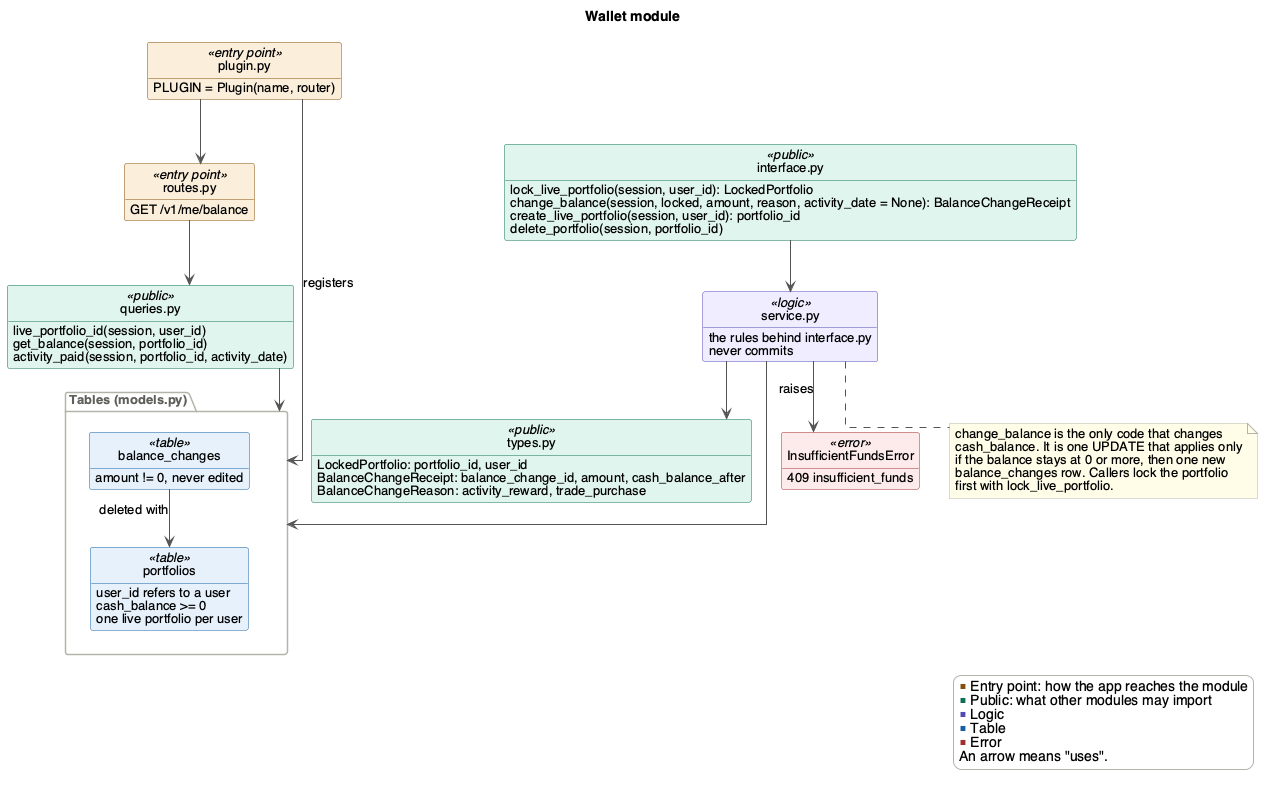
Before: docs/Design/SoftArchitecture/figures/wallet.png, a diagram exported from PlantUML (davislenover/BurnNEarn).
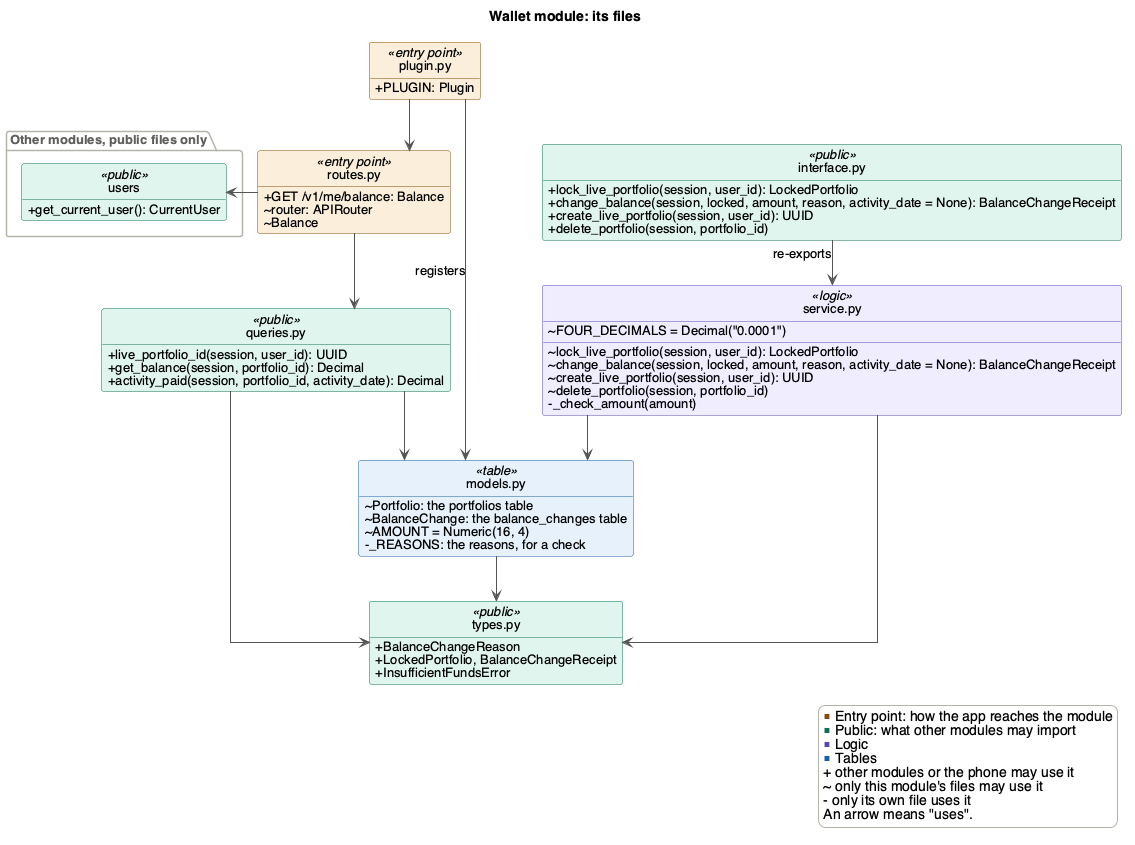
After the commit.

The edit, as a diff of the source:
```diff
@@ -1,74 +1,76 @@
 @startuml wallet
 !include style.iuml
-title Wallet module
+title Wallet module: its files
 
 class "plugin.py" as plugin <<entry point>> {
-  PLUGIN = Plugin(name, router)
+  + PLUGIN: Plugin
 }
 class "routes.py" as routes <<entry point>> {
-  GET /v1/me/balance
+  + GET /v1/me/balance: Balance
+  ~ router: APIRouter
+  ~ Balance
 }
 
 class "interface.py" as interface <<public>> {
-  lock_live_portfolio(session, user_id): LockedPortfolio
-  change_balance(session, locked, amount, reason, activity_date = None): BalanceChangeReceipt
-  create_live_portfolio(session, user_id): portfolio_id
-  delete_portfolio(session, portfolio_id)
+  + lock_live_portfolio(session, user_id): LockedPortfolio
+  + change_balance(session, locked, amount, reason, activity_date = None): BalanceChangeReceipt
+  + create_live_portfolio(session, user_id): UUID
+  + delete_portfolio(session, portfolio_id)
 }
 class "queries.py" as queries <<public>> {
-  live_portfolio_id(session, user_id)
-  get_balance(session, portfolio_id)
-  activity_paid(session, portfolio_id, activity_date)
+  + live_portfolio_id(session, user_id): UUID
+  + get_balance(session, portfolio_id): Decimal
+  + activity_paid(session, portfolio_id, activity_date): Decimal
 }
 class "types.py" as types <<public>> {
-  LockedPortfolio: portfolio_id, user_id
-  BalanceChangeReceipt: balance_change_id, amount, cash_balance_after
-  BalanceChangeReason: activity_reward, trade_purchase
-}
-class InsufficientFundsError <<error>> {
-  409 insufficient_funds
+  + BalanceChangeReason
+  + LockedPortfolio, BalanceChangeReceipt
+  + InsufficientFundsError
 }
 
 class "service.py" as service <<logic>> {
-  the rules behind interface.py
-  never commits
+  ~ lock_live_portfolio(session, user_id): LockedPortfolio
+  ~ change_balance(session, locked, amount, reason, activity_date = None): BalanceChangeReceipt
+  ~ create_live_portfolio(session, user_id): UUID
+  ~ delete_portfolio(session, portfolio_id)
+  {field} ~ FOUR_DECIMALS = Decimal("0.0001")
+  - _check_amount(amount)
+}
+class "models.py" as models <<table>> {
+  ~ Portfolio: the portfolios table
+  ~ BalanceChange: the balance_changes table
+  {field} ~ AMOUNT = Numeric(16, 4)
+  - _REASONS: the reasons, for a check
 }
 
-package "Tables (models.py)" as tables {
-  class "portfolios" as portfolios <<table>> {
-    user_id refers to a user
-    cash_balance >= 0
-    one live portfolio per user
-  }
-  class "balance_changes" as changes <<table>> {
-    amount != 0, never edited
+package "Other modules, public files only" as others {
+  class "users" as users <<public>> {
+    + get_current_user(): CurrentUser
   }
 }
 
-plugin --> tables : registers
 plugin --> routes
-interface --> service
-service --> types
-service --> InsufficientFundsError : raises
-service --> tables
-queries --> tables
-routes --> queries
-changes --> portfolios : deleted with
+plugin -down-> models : registers
+routes -left-> users
+routes -down-> queries
+interface -down-> service : re-exports
+queries -down-> models
+service -down-> models
+models -down-> types
+queries -down-> types
+service -down-> types
 
-note bottom of service
-  change_balance is the only code that changes
-  cash_balance. It is one UPDATE that applies only
-  if the balance stays at 0 or more, then one new
-  balance_changes row. Callers lock the portfolio
-  first with lock_live_portfolio.
-end note
+routes -[hidden]right- interface
+queries -[hidden]right- service
 
 legend right
   <color:#854F0B>■</color> Entry point: how the app reaches the module
   <color:#0F6E56>■</color> Public: what other modules may import
   <color:#534AB7>■</color> Logic
-  <color:#185FA5>■</color> Table
-  <color:#A32D2D>■</color> Error
+  <color:#185FA5>■</color> Tables
+  + other modules or the phone may use it
+  ~ only this module's files may use it
+  - only its own file uses it
   An arrow means "uses".
 endlegend
 @enduml
```
